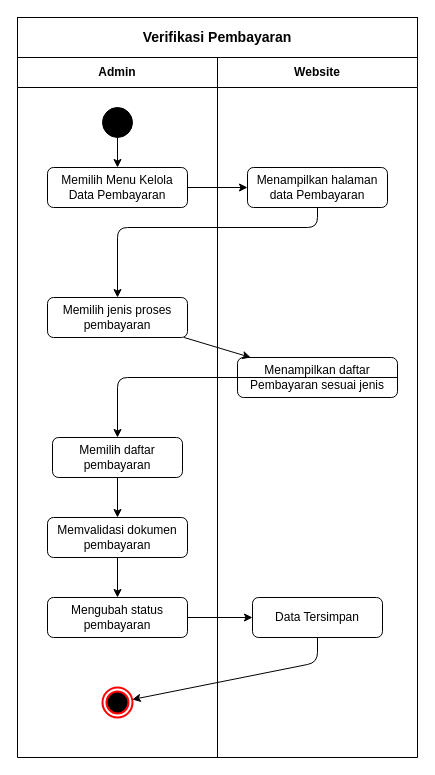
Before: page "Activity: VerifikasiPembayaran" (22 of 22) of diagram-macha/Macha_Diagrams.drawio in FikriBintangx/Macha, a draw.io diagram. Source tidied: cells renumbered, new cells numbered last; positions are measured from the earlier drawing's top-left corner, leaving out a move shared by most shapes. Both pictures are drawn from the tidied source at 100%, with x=0, y=0 at pixel (17, 17).
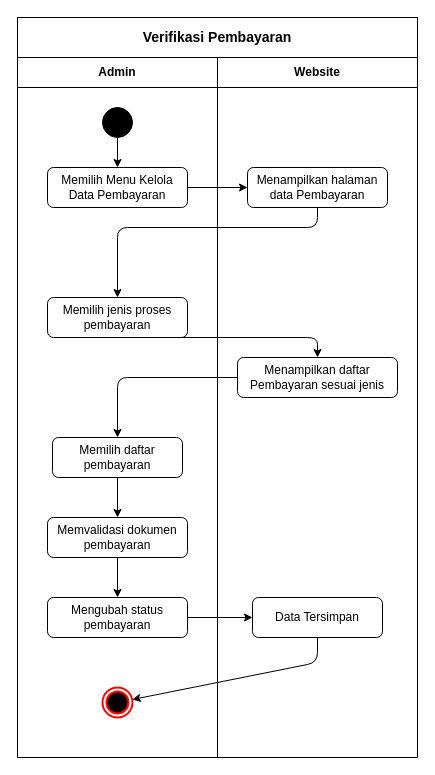
After the change.

Commit message (it also covers changes not shown here):
style: redesign checkout page for mobile view and update diagrams

The change refers to these unchanged cells:
```xml
<mxCell id="5" value="Memilih jenis proses&#10;pembayaran" style="rounded=1;whiteSpace=wrap;html=1;" parent="2" vertex="1">
  <mxGeometry x="30" y="240" width="140" height="40" as="geometry" />
</mxCell>
<mxCell id="6" value="Memilih daftar&#10;pembayaran" style="rounded=1;whiteSpace=wrap;html=1;" parent="2" vertex="1">
  <mxGeometry x="35" y="380" width="130" height="40" as="geometry" />
</mxCell>
<mxCell id="12" value="Menampilkan daftar&#10;Pembayaran sesuai jenis" style="rounded=1;whiteSpace=wrap;html=1;" parent="10" vertex="1">
  <mxGeometry x="20" y="300" width="160" height="40" as="geometry" />
</mxCell>
```

Diff of the diagram source:
```diff
@@
-    <mxCell id="17" parent="1" edge="1" source="5" target="12">
-      <mxGeometry relative="1" as="geometry" />
+    <mxCell id="17" style="exitX=0.5;exitY=1;exitDx=0;exitDy=0;" parent="1" edge="1" source="5" target="12">
+      <mxGeometry relative="1" as="geometry">
+        <Array as="points">
+          <mxPoint x="300" y="320" />
+        </Array>
+      </mxGeometry>
     </mxCell>
-    <mxCell id="18" parent="1" edge="1" source="12" target="6">
+    <mxCell id="18" style="exitX=0;exitY=0.5;exitDx=0;exitDy=0;" parent="1" edge="1" source="12" target="6">
       <mxGeometry relative="1" as="geometry">
         <Array as="points">
-          <mxPoint x="300" y="360" />
           <mxPoint x="100" y="360" />
         </Array>
       </mxGeometry>
     </mxCell>
```
